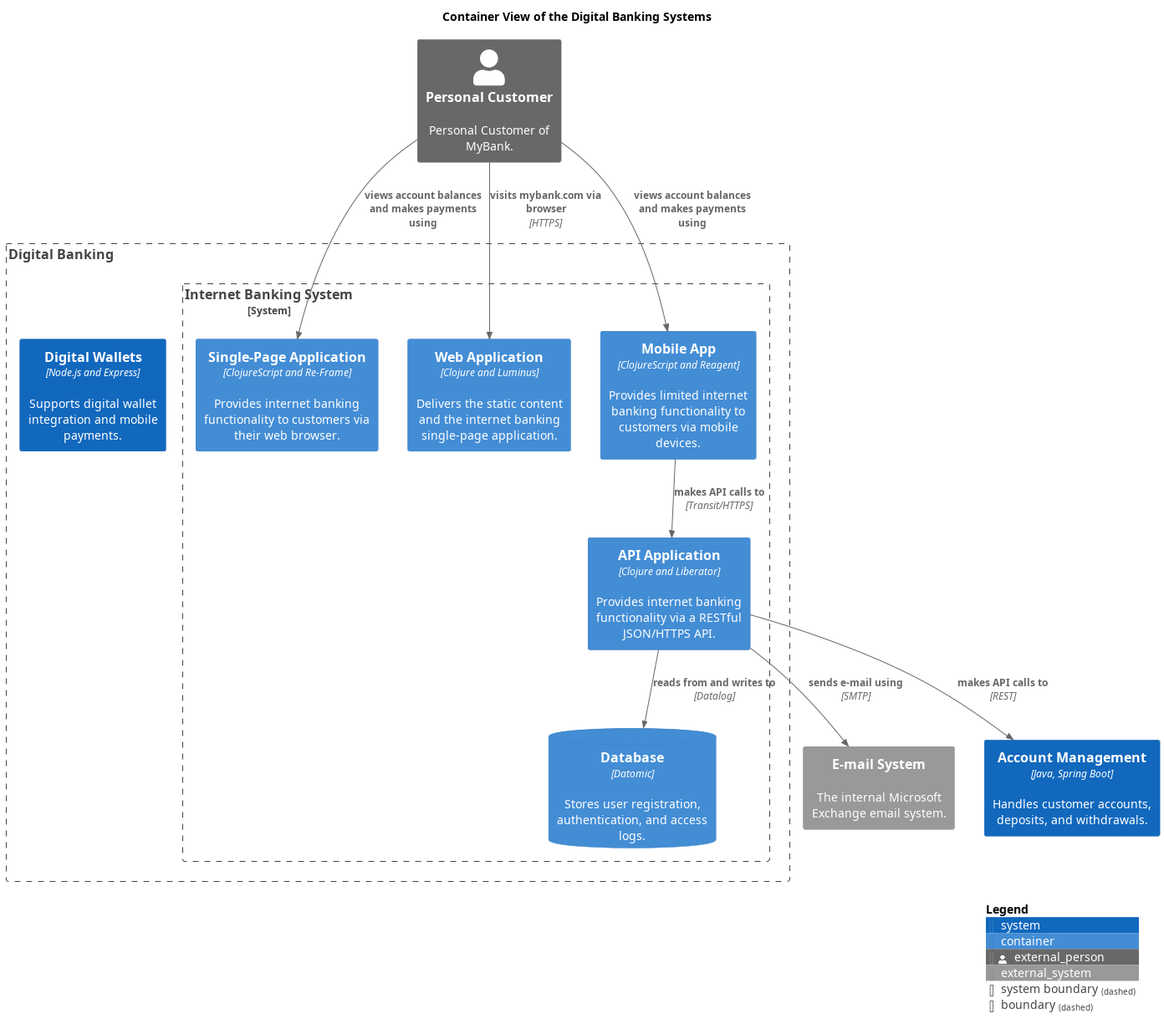
Above: docs/mybank/digital-banking/container-view.png in soulspace-org/my-bank-model (PlantUML), before the change.
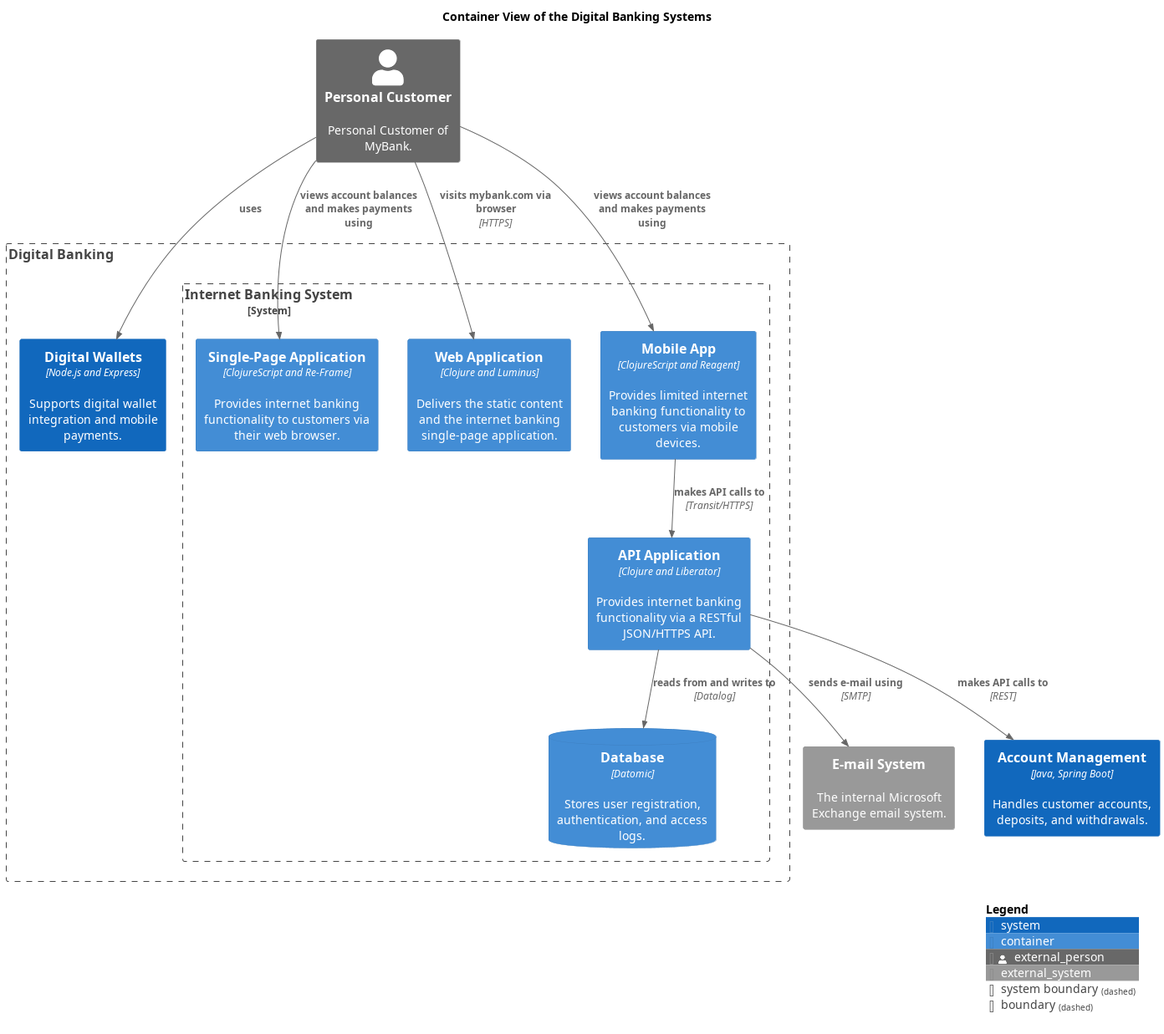
After the change.

Change to the diagram source:
```diff
@@ -27,6 +27,7 @@
 Person_Ext(mybank_personalCustomer, "Personal Customer", $descr="Personal Customer of MyBank.")
 System(mybank_coreBanking_accountManagementSystem, "Account Management", $descr="Handles customer accounts, deposits, and withdrawals.", $type="Java, Spring Boot")
 Rel(mybank_personalCustomer, mybank_digitalBanking_internetBankingSystem_webApp, "visits mybank.com via browser", $techn="HTTPS")
+Rel(mybank_personalCustomer, mybank_digitalBanking_digitalWalletsSystem, "uses")
 Rel(mybank_digitalBanking_internetBankingSystem_apiApplication, mybank_emailSystem, "sends e-mail using", $techn="SMTP")
 Rel(mybank_digitalBanking_internetBankingSystem_apiApplication, mybank_coreBanking_accountManagementSystem, "makes API calls to", $techn="REST")
 Rel(mybank_personalCustomer, mybank_digitalBanking_internetBankingSystem_singlePageApp, "views account balances and makes payments using")
```
